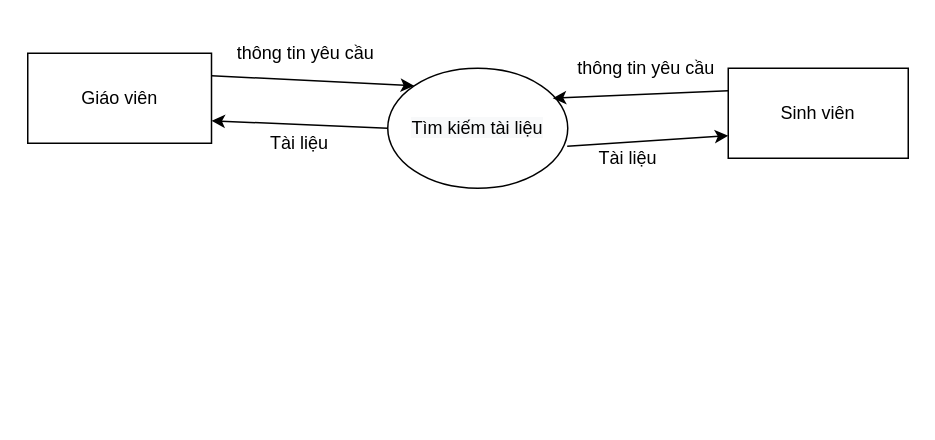
Earlier version of the draw.io diagram Baocao/dfdtailieu.drawio (haupham809/DoAnTotNghiep). Source tidied: cells renumbered, new cells numbered last; positions are measured from the earlier drawing's top-left corner, leaving out a move shared by most shapes. Both pictures are drawn from the tidied source at 150%, with x=0, y=0 at pixel (27, 38).
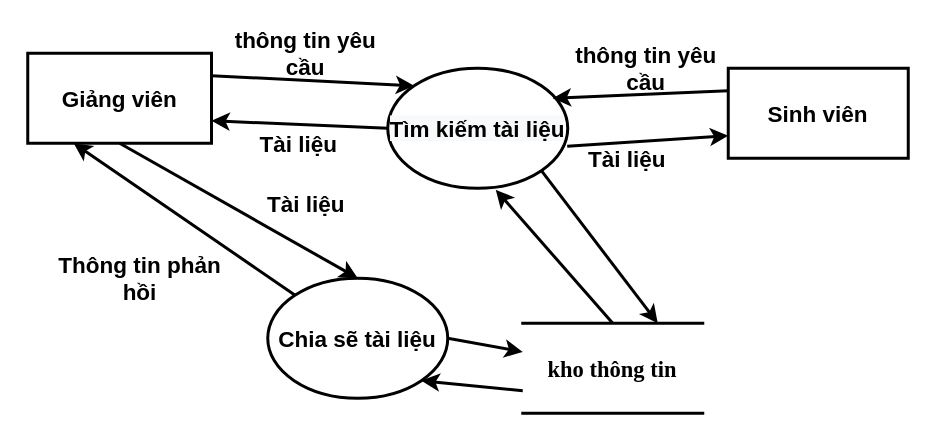
The same page after the edit.

Change to the diagram source:
```diff
@@
-    <mxCell id="2" value="&lt;span&gt;Sinh viên&lt;/span&gt;" style="rounded=0;whiteSpace=wrap;html=1;" parent="1" vertex="1">
+    <mxCell id="2" value="Sinh viên" style="rounded=0;whiteSpace=wrap;html=1;fontSize=15;fontStyle=1;strokeWidth=2;" parent="1" vertex="1">
       <mxGeometry x="467" y="20" width="120" height="60" as="geometry" />
     </mxCell>
-    <mxCell id="3" value="Giáo viên" style="rounded=0;whiteSpace=wrap;html=1;" parent="1" vertex="1">
+    <mxCell id="3" value="Giảng viên" style="rounded=0;whiteSpace=wrap;html=1;fontSize=15;fontStyle=1;strokeWidth=2;" parent="1" vertex="1">
       <mxGeometry y="10" width="122.5" height="60" as="geometry" />
     </mxCell>
-    <mxCell id="4" value="&#10;&#10;&lt;span style=&quot;color: rgb(0, 0, 0); font-family: helvetica; font-size: 12px; font-style: normal; font-weight: 400; letter-spacing: normal; text-align: center; text-indent: 0px; text-transform: none; word-spacing: 0px; background-color: rgb(248, 249, 250); display: inline; float: none;&quot;&gt;Tìm kiếm tài liệu&lt;/span&gt;&#10;&#10;" style="ellipse;whiteSpace=wrap;html=1;" parent="1" vertex="1">
+    <mxCell id="4" value="&#10;&#10;&lt;span style=&quot;color: rgb(0, 0, 0); font-family: helvetica; font-size: 15px; font-style: normal; letter-spacing: normal; text-align: center; text-indent: 0px; text-transform: none; word-spacing: 0px; background-color: rgb(248, 249, 250); display: inline; float: none;&quot;&gt;Tìm kiếm tài liệu&lt;/span&gt;&#10;&#10;" style="ellipse;whiteSpace=wrap;html=1;fontSize=15;fontStyle=1;strokeWidth=2;" parent="1" vertex="1">
       <mxGeometry x="240" y="20" width="120" height="80" as="geometry" />
     </mxCell>
-    <mxCell id="5" style="endArrow=classic;html=1;entryX=0;entryY=0;entryDx=0;entryDy=0;exitX=1;exitY=0.25;exitDx=0;exitDy=0;" parent="1" edge="1" source="3" target="4">
+    <mxCell id="5" style="endArrow=classic;html=1;entryX=0;entryY=0;entryDx=0;entryDy=0;exitX=1;exitY=0.25;exitDx=0;exitDy=0;fontSize=15;fontStyle=1;strokeWidth=2;" parent="1" edge="1" source="3" target="4">
       <mxGeometry relative="1" as="geometry" />
     </mxCell>
-    <mxCell id="6" style="endArrow=classic;html=1;entryX=1;entryY=0.75;entryDx=0;entryDy=0;exitX=0;exitY=0.5;exitDx=0;exitDy=0;" parent="1" edge="1" source="4" target="3">
+    <mxCell id="6" style="endArrow=classic;html=1;entryX=1;entryY=0.75;entryDx=0;entryDy=0;exitX=0;exitY=0.5;exitDx=0;exitDy=0;fontSize=15;fontStyle=1;strokeWidth=2;" parent="1" edge="1" source="4" target="3">
       <mxGeometry relative="1" as="geometry" />
     </mxCell>
-    <mxCell id="7" style="endArrow=classic;html=1;exitX=0;exitY=0.25;exitDx=0;exitDy=0;" parent="1" edge="1" source="2">
+    <mxCell id="7" style="endArrow=classic;html=1;exitX=0;exitY=0.25;exitDx=0;exitDy=0;fontSize=15;fontStyle=1;strokeWidth=2;" parent="1" edge="1" source="2">
       <mxGeometry relative="1" as="geometry">
         <mxPoint x="350" y="40" as="targetPoint" />
       </mxGeometry>
     </mxCell>
-    <mxCell id="8" style="endArrow=classic;html=1;entryX=0;entryY=0.75;entryDx=0;entryDy=0;exitX=0.997;exitY=0.65;exitDx=0;exitDy=0;exitPerimeter=0;" parent="1" edge="1" source="4" target="2">
+    <mxCell id="8" style="endArrow=classic;html=1;entryX=0;entryY=0.75;entryDx=0;entryDy=0;exitX=0.997;exitY=0.65;exitDx=0;exitDy=0;exitPerimeter=0;fontSize=15;fontStyle=1;strokeWidth=2;" parent="1" edge="1" source="4" target="2">
       <mxGeometry relative="1" as="geometry" />
     </mxCell>
-    <mxCell id="9" value="thông tin yêu cầu" style="text;html=1;strokeColor=none;fillColor=none;align=center;verticalAlign=middle;whiteSpace=wrap;rounded=0;" parent="1" vertex="1">
+    <mxCell id="9" value="thông tin yêu cầu" style="text;html=1;strokeColor=none;fillColor=none;align=center;verticalAlign=middle;whiteSpace=wrap;rounded=0;fontSize=15;fontStyle=1;strokeWidth=2;" parent="1" vertex="1">
       <mxGeometry x="122.5" width="125" height="20" as="geometry" />
     </mxCell>
-    <mxCell id="10" value="Tài liệu&amp;nbsp;" style="text;html=1;strokeColor=none;fillColor=none;align=center;verticalAlign=middle;whiteSpace=wrap;rounded=0;" parent="1" vertex="1">
+    <mxCell id="10" value="Tài liệu&amp;nbsp;" style="text;html=1;strokeColor=none;fillColor=none;align=center;verticalAlign=middle;whiteSpace=wrap;rounded=0;fontSize=15;fontStyle=1;strokeWidth=2;" parent="1" vertex="1">
       <mxGeometry x="117.5" y="60" width="130" height="20" as="geometry" />
     </mxCell>
-    <mxCell id="11" value="thông tin yêu cầu" style="text;html=1;strokeColor=none;fillColor=none;align=center;verticalAlign=middle;whiteSpace=wrap;rounded=0;" parent="1" vertex="1">
+    <mxCell id="11" value="thông tin yêu cầu" style="text;html=1;strokeColor=none;fillColor=none;align=center;verticalAlign=middle;whiteSpace=wrap;rounded=0;fontSize=15;fontStyle=1;strokeWidth=2;" parent="1" vertex="1">
       <mxGeometry x="350" y="10" width="125" height="20" as="geometry" />
     </mxCell>
-    <mxCell id="12" value="Tài liệu&amp;nbsp;" style="text;html=1;strokeColor=none;fillColor=none;align=center;verticalAlign=middle;whiteSpace=wrap;rounded=0;" parent="1" vertex="1">
+    <mxCell id="12" value="Tài liệu&amp;nbsp;" style="text;html=1;strokeColor=none;fillColor=none;align=center;verticalAlign=middle;whiteSpace=wrap;rounded=0;fontSize=15;fontStyle=1;strokeWidth=2;" parent="1" vertex="1">
       <mxGeometry x="337" y="70" width="130" height="20" as="geometry" />
     </mxCell>
+    <mxCell id="13" value="kho thông tin" style="shape=partialRectangle;whiteSpace=wrap;html=1;left=0;right=0;fillColor=none;fontFamily=Times New Roman;fontSize=15;fontStyle=1;strokeWidth=2;" parent="1" vertex="1">
+      <mxGeometry x="330" y="190" width="120" height="60" as="geometry" />
+    </mxCell>
+    <mxCell id="14" value="Chia sẽ tài liệu" style="ellipse;whiteSpace=wrap;html=1;fontSize=15;strokeWidth=2;fontStyle=1;" parent="1" vertex="1">
+      <mxGeometry x="160" y="160" width="120" height="80" as="geometry" />
+    </mxCell>
+    <mxCell id="15" value="Tài liệu&amp;nbsp;" style="text;html=1;strokeColor=none;fillColor=none;align=center;verticalAlign=middle;whiteSpace=wrap;rounded=0;fontSize=15;fontStyle=1;strokeWidth=2;" parent="1" vertex="1">
+      <mxGeometry x="122.5" y="100" width="130" height="20" as="geometry" />
+    </mxCell>
+    <mxCell id="16" style="endArrow=classic;html=1;rounded=0;fontSize=15;strokeWidth=2;exitX=0.5;exitY=1;exitDx=0;exitDy=0;entryX=0.5;entryY=0;entryDx=0;entryDy=0;" parent="1" edge="1" source="3" target="14">
+      <mxGeometry relative="1" as="geometry" />
+    </mxCell>
+    <mxCell id="17" style="endArrow=classic;html=1;rounded=0;fontSize=15;strokeWidth=2;entryX=0.25;entryY=1;entryDx=0;entryDy=0;" parent="1" edge="1" source="14" target="3">
+      <mxGeometry relative="1" as="geometry" />
+    </mxCell>
+    <mxCell id="18" value="Thông tin phản hồi" style="text;html=1;strokeColor=none;fillColor=none;align=center;verticalAlign=middle;whiteSpace=wrap;rounded=0;fontSize=15;fontStyle=1;strokeWidth=2;" parent="1" vertex="1">
+      <mxGeometry x="10" y="150" width="130" height="20" as="geometry" />
+    </mxCell>
+    <mxCell id="19" style="endArrow=classic;html=1;rounded=0;fontSize=15;strokeWidth=2;" parent="1" edge="1" target="13">
+      <mxGeometry relative="1" as="geometry">
+        <mxPoint x="280" y="200" as="sourcePoint" />
+      </mxGeometry>
+    </mxCell>
+    <mxCell id="20" style="endArrow=classic;html=1;rounded=0;fontSize=15;strokeWidth=2;exitX=0;exitY=0.75;exitDx=0;exitDy=0;entryX=1;entryY=1;entryDx=0;entryDy=0;" parent="1" edge="1" source="13" target="14">
+      <mxGeometry relative="1" as="geometry" />
+    </mxCell>
+    <mxCell id="21" style="endArrow=classic;html=1;rounded=0;fontSize=15;strokeWidth=2;entryX=0.6;entryY=1.013;entryDx=0;entryDy=0;entryPerimeter=0;exitX=0.5;exitY=0;exitDx=0;exitDy=0;" parent="1" edge="1" source="13" target="4">
+      <mxGeometry relative="1" as="geometry" />
+    </mxCell>
+    <mxCell id="22" style="endArrow=classic;html=1;rounded=0;fontSize=15;strokeWidth=2;entryX=0.75;entryY=0;entryDx=0;entryDy=0;exitX=1;exitY=1;exitDx=0;exitDy=0;" parent="1" edge="1" source="4" target="13">
+      <mxGeometry relative="1" as="geometry" />
+    </mxCell>
```
